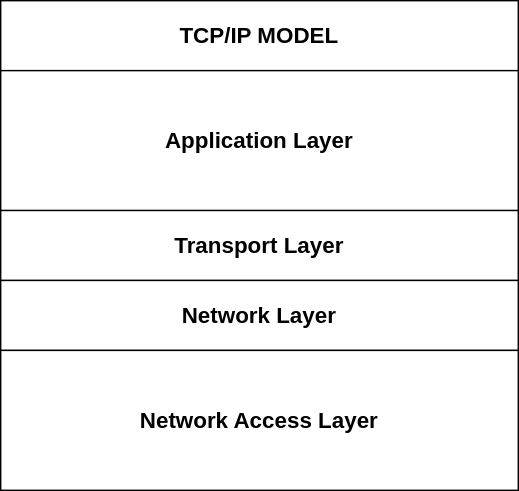
Before: TCP/IP Model.drawio.svg, a diagram exported from draw.io (chloe-valentine/network-diagrams). Source tidied: cells renumbered, new cells last; positions are measured from the earlier drawing's top-left corner, leaving out a move shared by most shapes.
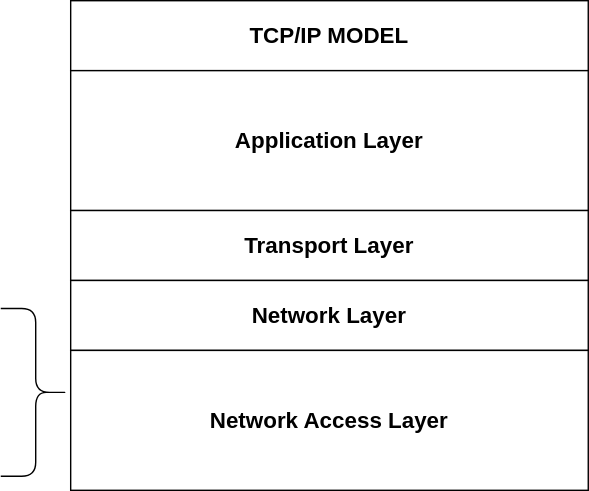
The same diagram one commit later.

Diff of the diagram source:
```diff
@@ -17,5 +17,8 @@
     <mxCell id="6" value="&lt;span style=&quot;font-size: 16px;&quot;&gt;&lt;b&gt;Network Access Layer&lt;/b&gt;&lt;/span&gt;" style="rounded=0;whiteSpace=wrap;html=1;" parent="1" vertex="1">
       <mxGeometry y="250" width="370" height="100" as="geometry" />
     </mxCell>
+    <mxCell id="7" style="shape=curlyBracket;whiteSpace=wrap;html=1;rounded=1;flipH=1;labelPosition=right;verticalLabelPosition=middle;align=left;verticalAlign=middle;" parent="1" vertex="1">
+      <mxGeometry x="-50" y="220" width="50" height="120" as="geometry" />
+    </mxCell>
   </root>
 </mxGraphModel>
```
